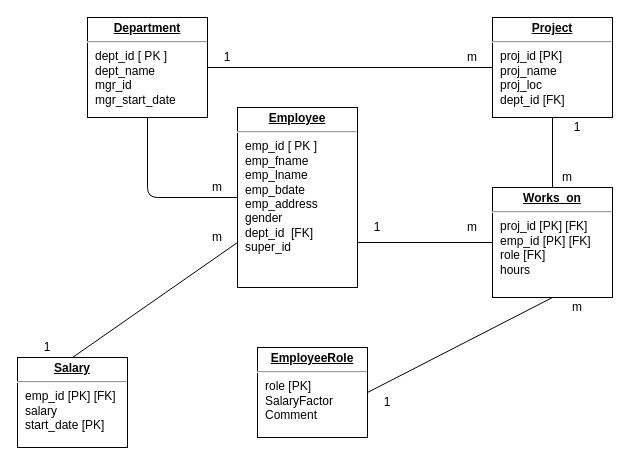
This is CreditTaskFDM5.drawio from LastMinuteBanter/DistinctionTaskUML, a draw.io file, before an edit. Source tidied: cells renumbered, new cells numbered last; positions are measured from the earlier drawing's top-left corner, leaving out a move shared by most shapes. Both pictures are drawn from the tidied source at 100%, with x=0, y=0 at pixel (17, 17).
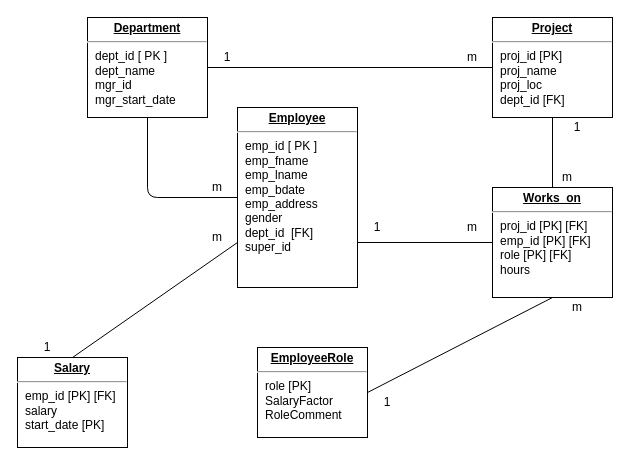
After the change.

What changed in the source:
```diff
@@
-    <mxCell id="5" value="&lt;p style=&quot;margin: 0px ; margin-top: 4px ; text-align: center ; text-decoration: underline&quot;&gt;&lt;b&gt;Works_on&lt;/b&gt;&lt;br&gt;&lt;/p&gt;&lt;hr&gt;&lt;p style=&quot;margin: 0px ; margin-left: 8px&quot;&gt;proj_id [PK] [FK]&lt;br&gt;&lt;/p&gt;&lt;p style=&quot;margin: 0px ; margin-left: 8px&quot;&gt;emp_id [PK] [FK]&lt;br&gt;&lt;/p&gt;&lt;p style=&quot;margin: 0px ; margin-left: 8px&quot;&gt;role [FK]&lt;br&gt;&lt;/p&gt;&lt;p style=&quot;margin: 0px ; margin-left: 8px&quot;&gt;hours&lt;br&gt;&lt;/p&gt;" style="verticalAlign=top;align=left;overflow=fill;fontSize=12;fontFamily=Helvetica;html=1;" parent="1" vertex="1">
+    <mxCell id="5" value="&lt;p style=&quot;margin: 0px ; margin-top: 4px ; text-align: center ; text-decoration: underline&quot;&gt;&lt;b&gt;Works_on&lt;/b&gt;&lt;br&gt;&lt;/p&gt;&lt;hr&gt;&lt;p style=&quot;margin: 0px ; margin-left: 8px&quot;&gt;proj_id [PK] [FK]&lt;br&gt;&lt;/p&gt;&lt;p style=&quot;margin: 0px ; margin-left: 8px&quot;&gt;emp_id [PK] [FK]&lt;br&gt;&lt;/p&gt;&lt;p style=&quot;margin: 0px ; margin-left: 8px&quot;&gt;role [PK] [FK]&lt;br&gt;&lt;/p&gt;&lt;p style=&quot;margin: 0px ; margin-left: 8px&quot;&gt;hours&lt;br&gt;&lt;/p&gt;" style="verticalAlign=top;align=left;overflow=fill;fontSize=12;fontFamily=Helvetica;html=1;" parent="1" vertex="1">
       <mxGeometry x="475" y="170" width="120" height="110" as="geometry" />
     </mxCell>
@@
-    <mxCell id="7" value="&lt;p style=&quot;margin: 0px ; margin-top: 4px ; text-align: center ; text-decoration: underline&quot;&gt;&lt;b&gt;EmployeeRole&lt;/b&gt;&lt;br&gt;&lt;/p&gt;&lt;hr&gt;&lt;p style=&quot;margin: 0px ; margin-left: 8px&quot;&gt;role [PK]&lt;/p&gt;&lt;p style=&quot;margin: 0px ; margin-left: 8px&quot;&gt;SalaryFactor&lt;/p&gt;&lt;p style=&quot;margin: 0px ; margin-left: 8px&quot;&gt;Comment&lt;br&gt;&lt;/p&gt;&lt;p style=&quot;margin: 0px ; margin-left: 8px&quot;&gt;&lt;br&gt;&lt;/p&gt;" style="verticalAlign=top;align=left;overflow=fill;fontSize=12;fontFamily=Helvetica;html=1;" parent="1" vertex="1">
+    <mxCell id="7" value="&lt;p style=&quot;margin: 0px ; margin-top: 4px ; text-align: center ; text-decoration: underline&quot;&gt;&lt;b&gt;EmployeeRole&lt;/b&gt;&lt;br&gt;&lt;/p&gt;&lt;hr&gt;&lt;p style=&quot;margin: 0px ; margin-left: 8px&quot;&gt;role [PK]&lt;/p&gt;&lt;p style=&quot;margin: 0px ; margin-left: 8px&quot;&gt;SalaryFactor&lt;/p&gt;&lt;p style=&quot;margin: 0px ; margin-left: 8px&quot;&gt;RoleComment&lt;br&gt;&lt;/p&gt;&lt;p style=&quot;margin: 0px ; margin-left: 8px&quot;&gt;&lt;br&gt;&lt;/p&gt;" style="verticalAlign=top;align=left;overflow=fill;fontSize=12;fontFamily=Helvetica;html=1;" parent="1" vertex="1">
       <mxGeometry x="240" y="330" width="110" height="90" as="geometry" />
     </mxCell>
```
